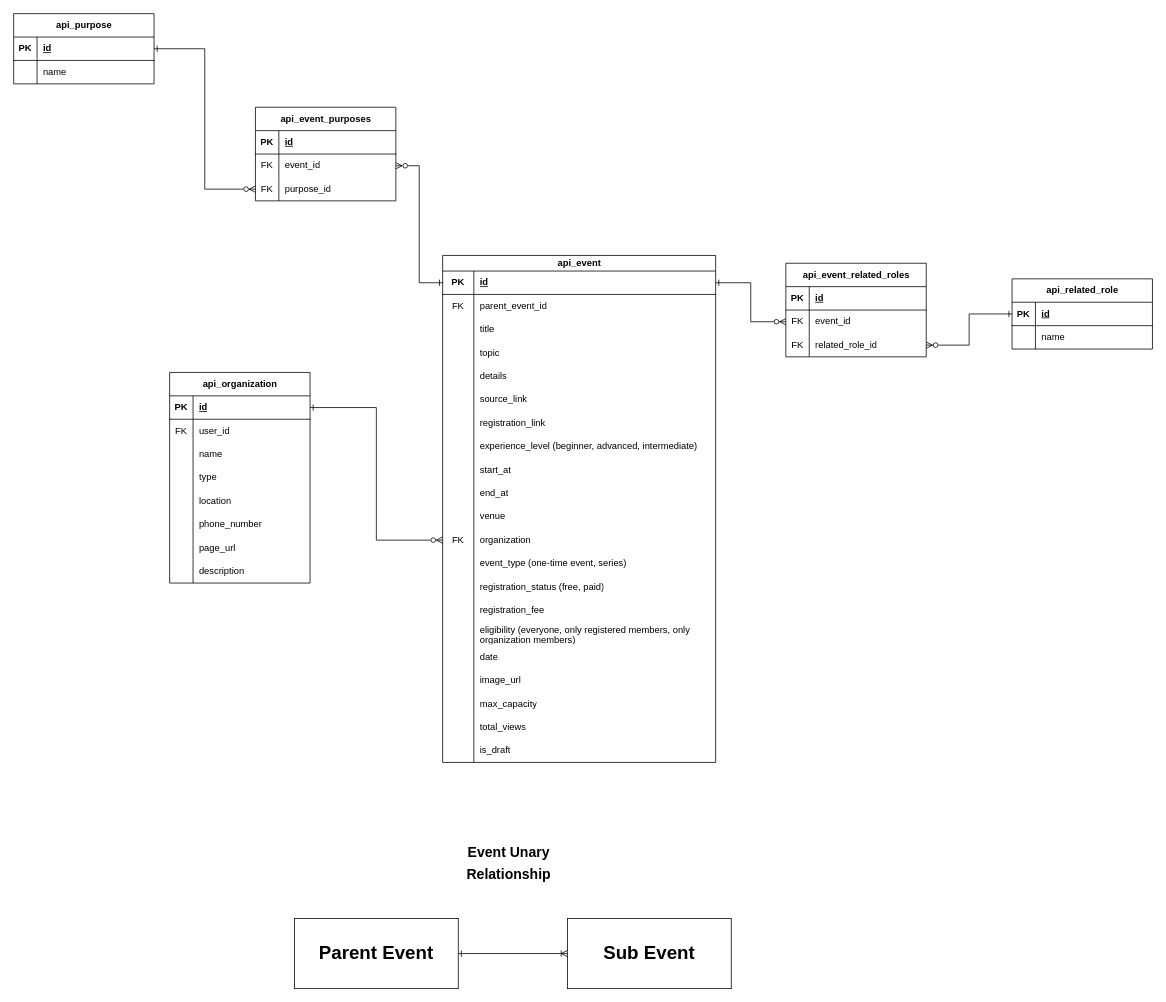
Earlier version of the draw.io diagram page "Events" (1 of 7) of 2Gether.drawio (RHILIUS/drawio). Source tidied: cells renumbered, new cells numbered last; positions are measured from the earlier drawing's top-left corner, leaving out a move shared by most shapes. Both pictures are drawn from the tidied source at 78%, with x=0, y=0 at pixel (13, 13).
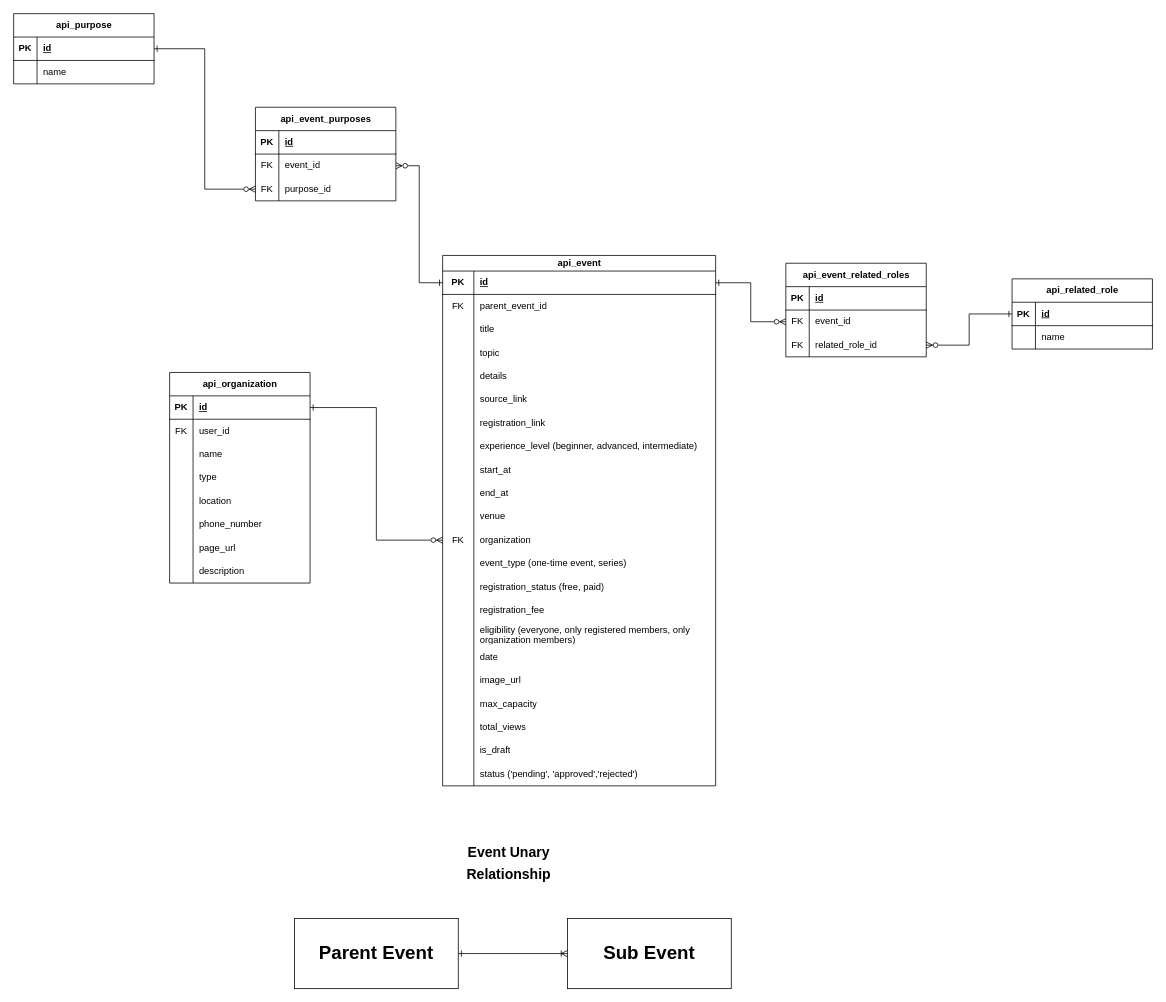
Above is the later version.

Change to the diagram source:
```diff
@@
     <mxCell id="2" value="api_event" style="shape=table;startSize=20;childLayout=tableLayout;rowLines=0;fontStyle=1;align=center;html=1;" parent="1" vertex="1">
-      <mxGeometry x="550" y="310" width="350" height="650" as="geometry" />
+      <mxGeometry x="550" y="310" width="350" height="680" as="geometry" />
     </mxCell>
@@
+    <mxCell id="134" style="shape=tableRow;horizontal=0;startSize=0;swimlaneHead=0;swimlaneBody=0;fillColor=none;top=0;left=0;right=0;bottom=0;" parent="2" vertex="1">
+      <mxGeometry y="650" width="350" height="30" as="geometry" />
+    </mxCell>
+    <mxCell id="135" style="shape=partialRectangle;fillColor=none;top=0;left=0;bottom=0;right=0;overflow=hidden;whiteSpace=wrap;html=1;" parent="134" vertex="1">
+      <mxGeometry width="40" height="30" as="geometry" />
+    </mxCell>
+    <mxCell id="136" value="status ('pending', 'approved','rejected')" style="shape=partialRectangle;fillColor=none;top=0;left=0;bottom=0;right=0;align=left;spacingLeft=6;overflow=hidden;whiteSpace=wrap;html=1;" parent="134" vertex="1">
+      <mxGeometry x="40" width="310" height="30" as="geometry" />
+    </mxCell>
```
